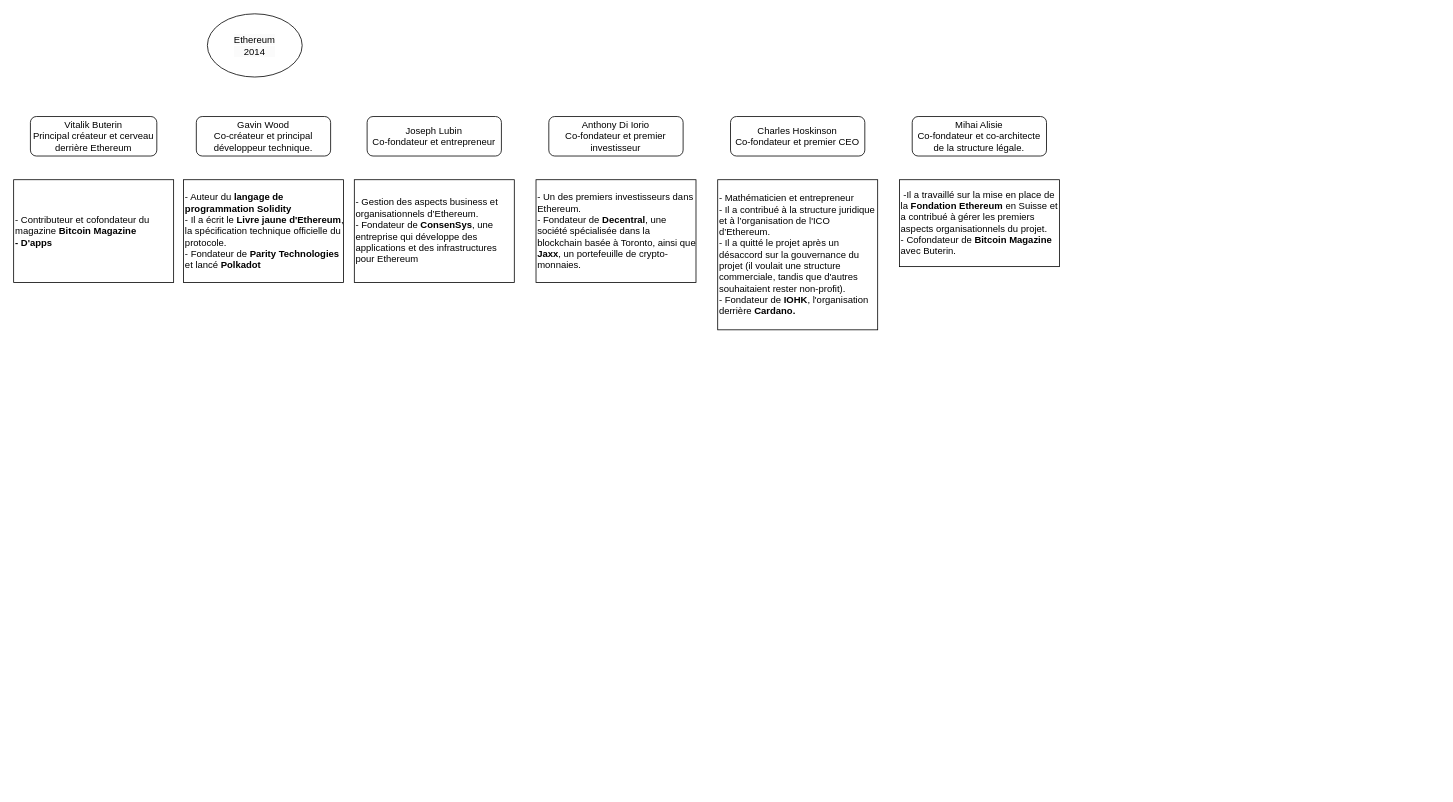
Before: CES2025.drawio in AlejandroDAvidz/AlejandroDAvidz, a draw.io diagram. Source tidied: cells renumbered, new cells numbered last; positions are measured from the earlier drawing's top-left corner, leaving out a move shared by most shapes. Both pictures are drawn from the tidied source at 79%, with x=0, y=0 at pixel (13, 13).
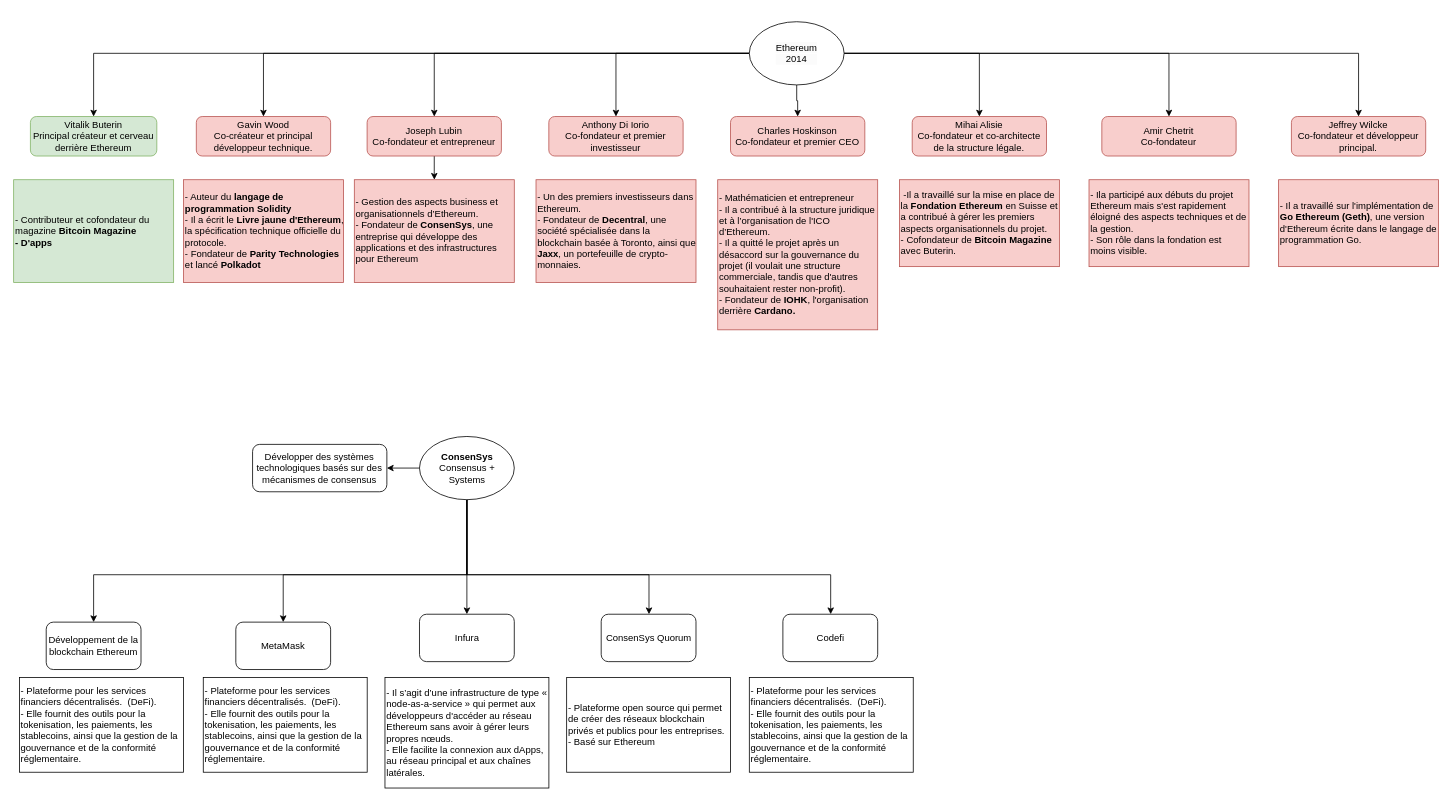
After the change.

Commit message (it also covers changes not shown here):
Mettre à jour CES2025.drawio

Change to the diagram source:
```diff
@@
-    <mxCell id="2" value="Vitalik Buterin&lt;br&gt;&lt;div&gt;Principal créateur et cerveau derrière Ethereum&lt;br&gt;&lt;/div&gt;" style="rounded=1;whiteSpace=wrap;html=1;" parent="1" vertex="1">
+    <mxCell id="2" value="Vitalik Buterin&lt;br&gt;&lt;div&gt;Principal créateur et cerveau derrière Ethereum&lt;br&gt;&lt;/div&gt;" style="rounded=1;whiteSpace=wrap;html=1;fillColor=#d5e8d4;strokeColor=#82b366;" parent="1" vertex="1">
       <mxGeometry x="21" y="130" width="160" height="50" as="geometry" />
     </mxCell>
+    <mxCell id="15" style="edgeStyle=orthogonalEdgeStyle;rounded=0;jettySize=auto;html=1;entryX=0.5;entryY=0;entryDx=0;entryDy=0;" parent="1" edge="1" source="3" target="2">
+      <mxGeometry relative="1" as="geometry">
+        <Array as="points">
+          <mxPoint x="101" y="50" />
+        </Array>
+      </mxGeometry>
+    </mxCell>
+    <mxCell id="16" style="edgeStyle=orthogonalEdgeStyle;rounded=0;jettySize=auto;html=1;" parent="1" edge="1" source="3" target="4">
+      <mxGeometry relative="1" as="geometry" />
+    </mxCell>
+    <mxCell id="17" style="edgeStyle=orthogonalEdgeStyle;rounded=0;jettySize=auto;html=1;" parent="1" edge="1" source="3" target="7">
+      <mxGeometry relative="1" as="geometry" />
+    </mxCell>
+    <mxCell id="18" style="edgeStyle=orthogonalEdgeStyle;rounded=0;jettySize=auto;html=1;" parent="1" edge="1" source="3" target="10">
+      <mxGeometry relative="1" as="geometry" />
+    </mxCell>
+    <mxCell id="19" style="edgeStyle=orthogonalEdgeStyle;rounded=0;jettySize=auto;html=1;" parent="1" edge="1" source="3" target="13">
+      <mxGeometry relative="1" as="geometry" />
+    </mxCell>
+    <mxCell id="20" style="edgeStyle=orthogonalEdgeStyle;rounded=0;jettySize=auto;html=1;" parent="1" edge="1" source="3" target="14">
+      <mxGeometry relative="1" as="geometry" />
+    </mxCell>
+    <mxCell id="21" style="edgeStyle=orthogonalEdgeStyle;rounded=0;jettySize=auto;html=1;" parent="1" edge="1" source="3" target="25">
+      <mxGeometry relative="1" as="geometry" />
+    </mxCell>
+    <mxCell id="22" style="edgeStyle=orthogonalEdgeStyle;rounded=0;jettySize=auto;html=1;entryX=0.5;entryY=0;entryDx=0;entryDy=0;" parent="1" edge="1" source="3" target="27">
+      <mxGeometry relative="1" as="geometry" />
+    </mxCell>
     <mxCell id="3" value="&lt;span style=&quot;color: rgb(0, 0, 0); font-family: Helvetica; font-size: 12px; font-style: normal; font-variant-ligatures: normal; font-variant-caps: normal; font-weight: 400; letter-spacing: normal; orphans: 2; text-align: center; text-indent: 0px; text-transform: none; widows: 2; word-spacing: 0px; -webkit-text-stroke-width: 0px; white-space: normal; background-color: rgb(251, 251, 251); text-decoration-thickness: initial; text-decoration-style: initial; text-decoration-color: initial; display: inline !important; float: none;&quot;&gt;Ethereum&lt;/span&gt;&lt;div style=&quot;forced-color-adjust: none; color: rgb(0, 0, 0); font-family: Helvetica; font-size: 12px; font-style: normal; font-variant-ligatures: normal; font-variant-caps: normal; font-weight: 400; letter-spacing: normal; orphans: 2; text-align: center; text-indent: 0px; text-transform: none; widows: 2; word-spacing: 0px; -webkit-text-stroke-width: 0px; white-space: normal; background-color: rgb(251, 251, 251); text-decoration-thickness: initial; text-decoration-style: initial; text-decoration-color: initial;&quot;&gt;2014&lt;/div&gt;" style="ellipse;whiteSpace=wrap;html=1;" parent="1" vertex="1">
-      <mxGeometry x="245" width="120" height="80" as="geometry" />
+      <mxGeometry x="931" y="10" width="120" height="80" as="geometry" />
     </mxCell>
-    <mxCell id="4" value="Gavin Wood&lt;div&gt;Co-créateur et principal développeur technique.&lt;br&gt;&lt;/div&gt;" style="rounded=1;whiteSpace=wrap;html=1;" parent="1" vertex="1">
+    <mxCell id="4" value="Gavin Wood&lt;div&gt;Co-créateur et principal développeur technique.&lt;br&gt;&lt;/div&gt;" style="rounded=1;whiteSpace=wrap;html=1;fillColor=#f8cecc;strokeColor=#b85450;" parent="1" vertex="1">
       <mxGeometry x="231" y="130" width="170" height="50" as="geometry" />
     </mxCell>
-    <mxCell id="5" value="&lt;span style=&quot;background-color: initial;&quot;&gt;- Auteur du &lt;/span&gt;&lt;strong style=&quot;background-color: initial;&quot;&gt;langage de programmation Solidity&lt;/strong&gt;&lt;span style=&quot;background-color: initial;&quot;&gt;&amp;nbsp;&lt;/span&gt;&lt;br&gt;&lt;span style=&quot;background-color: initial;&quot;&gt;- Il a écrit le &lt;/span&gt;&lt;strong style=&quot;background-color: initial;&quot;&gt;Livre jaune d'Ethereum&lt;/strong&gt;&lt;span style=&quot;background-color: initial;&quot;&gt;, la spécification technique officielle du protocole.&lt;/span&gt;&lt;div&gt;&lt;span style=&quot;background-color: initial;&quot;&gt;- Fondateur de&amp;nbsp;&lt;/span&gt;&lt;strong style=&quot;background-color: initial;&quot;&gt;Parity Technologies&lt;/strong&gt;&lt;span style=&quot;background-color: initial;&quot;&gt; et lancé &lt;/span&gt;&lt;strong style=&quot;background-color: initial;&quot;&gt;Polkadot&lt;/strong&gt;&lt;/div&gt;" style="rounded=0;whiteSpace=wrap;html=1;align=left;" parent="1" vertex="1">
+    <mxCell id="5" value="&lt;span style=&quot;background-color: initial;&quot;&gt;- Auteur du &lt;/span&gt;&lt;strong style=&quot;background-color: initial;&quot;&gt;langage de programmation Solidity&lt;/strong&gt;&lt;span style=&quot;background-color: initial;&quot;&gt;&amp;nbsp;&lt;/span&gt;&lt;br&gt;&lt;span style=&quot;background-color: initial;&quot;&gt;- Il a écrit le &lt;/span&gt;&lt;strong style=&quot;background-color: initial;&quot;&gt;Livre jaune d'Ethereum&lt;/strong&gt;&lt;span style=&quot;background-color: initial;&quot;&gt;, la spécification technique officielle du protocole.&lt;/span&gt;&lt;div&gt;&lt;span style=&quot;background-color: initial;&quot;&gt;- Fondateur de&amp;nbsp;&lt;/span&gt;&lt;strong style=&quot;background-color: initial;&quot;&gt;Parity Technologies&lt;/strong&gt;&lt;span style=&quot;background-color: initial;&quot;&gt; et lancé &lt;/span&gt;&lt;strong style=&quot;background-color: initial;&quot;&gt;Polkadot&lt;/strong&gt;&lt;/div&gt;" style="rounded=0;whiteSpace=wrap;html=1;align=left;fillColor=#f8cecc;strokeColor=#b85450;" parent="1" vertex="1">
       <mxGeometry x="214.8" y="210" width="202.5" height="130" as="geometry" />
     </mxCell>
-    <mxCell id="6" value="- Contributeur et cofondateur du magazine&amp;nbsp;&lt;strong&gt;Bitcoin Magazine&lt;/strong&gt;&lt;div&gt;&lt;strong&gt;- D'apps&lt;/strong&gt;&lt;/div&gt;" style="rounded=0;whiteSpace=wrap;html=1;align=left;" parent="1" vertex="1">
+    <mxCell id="6" value="- Contributeur et cofondateur du magazine&amp;nbsp;&lt;strong&gt;Bitcoin Magazine&lt;/strong&gt;&lt;div&gt;&lt;strong&gt;- D'apps&lt;/strong&gt;&lt;/div&gt;" style="rounded=0;whiteSpace=wrap;html=1;align=left;fillColor=#d5e8d4;strokeColor=#82b366;" parent="1" vertex="1">
       <mxGeometry x="-0.2" y="210" width="202.5" height="130" as="geometry" />
     </mxCell>
+    <mxCell id="23" style="edgeStyle=orthogonalEdgeStyle;rounded=0;jettySize=auto;html=1;" parent="1" edge="1" source="7" target="8">
+      <mxGeometry relative="1" as="geometry" />
+    </mxCell>
-    <mxCell id="7" value="&lt;div&gt;Joseph Lubin&lt;br&gt;&lt;/div&gt;&lt;div&gt;Co-fondateur et entrepreneur&lt;br&gt;&lt;/div&gt;" style="rounded=1;whiteSpace=wrap;html=1;" parent="1" vertex="1">
+    <mxCell id="7" value="&lt;div&gt;Joseph Lubin&lt;br&gt;&lt;/div&gt;&lt;div&gt;Co-fondateur et entrepreneur&lt;br&gt;&lt;/div&gt;" style="rounded=1;whiteSpace=wrap;html=1;fillColor=#f8cecc;strokeColor=#b85450;" parent="1" vertex="1">
       <mxGeometry x="447.2" y="130" width="170" height="50" as="geometry" />
     </mxCell>
-    <mxCell id="8" value="- Gestion des aspects business et organisationnels d’Ethereum.&amp;nbsp;&lt;div&gt;- Fondateur de&amp;nbsp;&lt;strong&gt;ConsenSys&lt;/strong&gt;, une entreprise qui développe des applications et des infrastructures pour Ethereum&lt;br&gt;&lt;/div&gt;" style="rounded=0;whiteSpace=wrap;html=1;align=left;" parent="1" vertex="1">
+    <mxCell id="8" value="- Gestion des aspects business et organisationnels d’Ethereum.&amp;nbsp;&lt;div&gt;- Fondateur de&amp;nbsp;&lt;strong&gt;ConsenSys&lt;/strong&gt;, une entreprise qui développe des applications et des infrastructures pour Ethereum&lt;br&gt;&lt;/div&gt;" style="rounded=0;whiteSpace=wrap;html=1;align=left;fillColor=#f8cecc;strokeColor=#b85450;" parent="1" vertex="1">
       <mxGeometry x="431" y="210" width="202.5" height="130" as="geometry" />
     </mxCell>
-    <mxCell id="9" value="&lt;div&gt;- Un des premiers investisseurs dans Ethereum.&lt;/div&gt;&lt;div&gt;- Fondateur de&amp;nbsp;&lt;strong&gt;Decentral&lt;/strong&gt;, une société spécialisée dans la blockchain basée à Toronto, ainsi que &lt;strong&gt;Jaxx&lt;/strong&gt;, un portefeuille de crypto-monnaies.&lt;br&gt;&lt;/div&gt;" style="rounded=0;whiteSpace=wrap;html=1;align=left;" parent="1" vertex="1">
+    <mxCell id="9" value="&lt;div&gt;- Un des premiers investisseurs dans Ethereum.&lt;/div&gt;&lt;div&gt;- Fondateur de&amp;nbsp;&lt;strong&gt;Decentral&lt;/strong&gt;, une société spécialisée dans la blockchain basée à Toronto, ainsi que &lt;strong&gt;Jaxx&lt;/strong&gt;, un portefeuille de crypto-monnaies.&lt;br&gt;&lt;/div&gt;" style="rounded=0;whiteSpace=wrap;html=1;align=left;fillColor=#f8cecc;strokeColor=#b85450;" parent="1" vertex="1">
       <mxGeometry x="661" y="210" width="202.5" height="130" as="geometry" />
     </mxCell>
-    <mxCell id="10" value="&lt;div&gt;Anthony Di Iorio&lt;/div&gt;&lt;div&gt;&lt;span style=&quot;background-color: initial;&quot;&gt;Co-fondateur et premier investisseur&lt;/span&gt;&lt;/div&gt;" style="rounded=1;whiteSpace=wrap;html=1;" parent="1" vertex="1">
+    <mxCell id="10" value="&lt;div&gt;Anthony Di Iorio&lt;/div&gt;&lt;div&gt;&lt;span style=&quot;background-color: initial;&quot;&gt;Co-fondateur et premier investisseur&lt;/span&gt;&lt;/div&gt;" style="rounded=1;whiteSpace=wrap;html=1;fillColor=#f8cecc;strokeColor=#b85450;" parent="1" vertex="1">
       <mxGeometry x="677.2" y="130" width="170" height="50" as="geometry" />
     </mxCell>
-    <mxCell id="11" value="&lt;div&gt;- Mathématicien et entrepreneur&lt;/div&gt;&lt;div&gt;- Il a contribué à la structure juridique et à l’organisation de l'ICO d’Ethereum.&amp;nbsp;&lt;/div&gt;&lt;div&gt;- Il a quitté le projet après un désaccord sur la gouvernance du projet (il voulait une structure commerciale, tandis que d'autres souhaitaient rester non-profit).&amp;nbsp;&lt;/div&gt;&lt;div&gt;- Fondateur de&amp;nbsp;&lt;strong&gt;IOHK&lt;/strong&gt;, l'organisation derrière &lt;strong&gt;Cardano.&lt;/strong&gt;&lt;br&gt;&lt;/div&gt;" style="rounded=0;whiteSpace=wrap;html=1;align=left;" parent="1" vertex="1">
+    <mxCell id="11" value="&lt;div&gt;- Mathématicien et entrepreneur&lt;/div&gt;&lt;div&gt;- Il a contribué à la structure juridique et à l’organisation de l'ICO d’Ethereum.&amp;nbsp;&lt;/div&gt;&lt;div&gt;- Il a quitté le projet après un désaccord sur la gouvernance du projet (il voulait une structure commerciale, tandis que d'autres souhaitaient rester non-profit).&amp;nbsp;&lt;/div&gt;&lt;div&gt;- Fondateur de&amp;nbsp;&lt;strong&gt;IOHK&lt;/strong&gt;, l'organisation derrière &lt;strong&gt;Cardano.&lt;/strong&gt;&lt;br&gt;&lt;/div&gt;" style="rounded=0;whiteSpace=wrap;html=1;align=left;fillColor=#f8cecc;strokeColor=#b85450;" parent="1" vertex="1">
       <mxGeometry x="891" y="210" width="202.5" height="190" as="geometry" />
     </mxCell>
-    <mxCell id="12" value="&lt;div&gt;&amp;nbsp;-Il a travaillé sur la mise en place de la &lt;strong&gt;Fondation Ethereum&lt;/strong&gt; en Suisse et a contribué à gérer les premiers aspects organisationnels du projet.&amp;nbsp;&lt;/div&gt;&lt;div&gt;- Cofondateur de &lt;strong&gt;Bitcoin Magazine&lt;/strong&gt; avec Buterin.&lt;br&gt;&lt;/div&gt;" style="rounded=0;whiteSpace=wrap;html=1;align=left;" parent="1" vertex="1">
+    <mxCell id="12" value="&lt;div&gt;&amp;nbsp;-Il a travaillé sur la mise en place de la &lt;strong&gt;Fondation Ethereum&lt;/strong&gt; en Suisse et a contribué à gérer les premiers aspects organisationnels du projet.&amp;nbsp;&lt;/div&gt;&lt;div&gt;- Cofondateur de &lt;strong&gt;Bitcoin Magazine&lt;/strong&gt; avec Buterin.&lt;br&gt;&lt;/div&gt;" style="rounded=0;whiteSpace=wrap;html=1;align=left;fillColor=#f8cecc;strokeColor=#b85450;" parent="1" vertex="1">
       <mxGeometry x="1121" y="210" width="202.5" height="110" as="geometry" />
     </mxCell>
-    <mxCell id="13" value="&lt;div&gt;&lt;span style=&quot;background-color: initial;&quot;&gt;Charles Hoskinson&lt;/span&gt;&lt;/div&gt;&lt;div&gt;&lt;span style=&quot;background-color: initial;&quot;&gt;Co-fondateur et premier CEO&lt;/span&gt;&lt;br&gt;&lt;/div&gt;" style="rounded=1;whiteSpace=wrap;html=1;" parent="1" vertex="1">
+    <mxCell id="13" value="&lt;div&gt;&lt;span style=&quot;background-color: initial;&quot;&gt;Charles Hoskinson&lt;/span&gt;&lt;/div&gt;&lt;div&gt;&lt;span style=&quot;background-color: initial;&quot;&gt;Co-fondateur et premier CEO&lt;/span&gt;&lt;br&gt;&lt;/div&gt;" style="rounded=1;whiteSpace=wrap;html=1;fillColor=#f8cecc;strokeColor=#b85450;" parent="1" vertex="1">
       <mxGeometry x="907.2" y="130" width="170" height="50" as="geometry" />
     </mxCell>
-    <mxCell id="14" value="&lt;div&gt;&lt;span style=&quot;background-color: initial;&quot;&gt;Mihai Alisie&lt;/span&gt;&lt;/div&gt;&lt;div&gt;Co-fondateur et co-architecte de la structure légale.&lt;br&gt;&lt;/div&gt;" style="rounded=1;whiteSpace=wrap;html=1;" parent="1" vertex="1">
+    <mxCell id="14" value="&lt;div&gt;&lt;span style=&quot;background-color: initial;&quot;&gt;Mihai Alisie&lt;/span&gt;&lt;/div&gt;&lt;div&gt;Co-fondateur et co-architecte de la structure légale.&lt;br&gt;&lt;/div&gt;" style="rounded=1;whiteSpace=wrap;html=1;fillColor=#f8cecc;strokeColor=#b85450;" parent="1" vertex="1">
       <mxGeometry x="1137.2" y="130" width="170" height="50" as="geometry" />
     </mxCell>
+    <mxCell id="24" value="&lt;div&gt;- Ila participé aux débuts du projet Ethereum mais s'est rapidement éloigné des aspects techniques et de la gestion.&amp;nbsp;&lt;/div&gt;&lt;div&gt;- Son rôle dans la fondation est moins visible.&lt;br&gt;&lt;/div&gt;" style="rounded=0;whiteSpace=wrap;html=1;align=left;fillColor=#f8cecc;strokeColor=#b85450;" parent="1" vertex="1">
+      <mxGeometry x="1361" y="210" width="202.5" height="110" as="geometry" />
+    </mxCell>
+    <mxCell id="25" value="&lt;div&gt;&lt;span style=&quot;background-color: initial;&quot;&gt;Amir Chetrit&lt;/span&gt;&lt;/div&gt;&lt;div&gt;&lt;span style=&quot;background-color: initial;&quot;&gt;Co-fondateur&lt;/span&gt;&lt;br&gt;&lt;/div&gt;" style="rounded=1;whiteSpace=wrap;html=1;fillColor=#f8cecc;strokeColor=#b85450;" parent="1" vertex="1">
+      <mxGeometry x="1377.2" y="130" width="170" height="50" as="geometry" />
+    </mxCell>
+    <mxCell id="26" value="&lt;div&gt;- Il a travaillé sur l'implémentation de &lt;strong&gt;Go Ethereum (Geth)&lt;/strong&gt;, une version d'Ethereum écrite dans le langage de programmation Go.&amp;nbsp;&lt;/div&gt;" style="rounded=0;whiteSpace=wrap;html=1;align=left;fillColor=#f8cecc;strokeColor=#b85450;" parent="1" vertex="1">
+      <mxGeometry x="1601" y="210" width="202.5" height="110" as="geometry" />
+    </mxCell>
+    <mxCell id="27" value="&lt;div&gt;Jeffrey Wilcke&lt;br&gt;&lt;/div&gt;&lt;div&gt;Co-fondateur et développeur principal.&lt;br&gt;&lt;/div&gt;" style="rounded=1;whiteSpace=wrap;html=1;fillColor=#f8cecc;strokeColor=#b85450;" parent="1" vertex="1">
+      <mxGeometry x="1617.2" y="130" width="170" height="50" as="geometry" />
+    </mxCell>
+    <mxCell id="28" style="edgeStyle=orthogonalEdgeStyle;rounded=0;jettySize=auto;html=1;entryX=1;entryY=0.5;entryDx=0;entryDy=0;" parent="1" edge="1" source="34" target="35">
+      <mxGeometry relative="1" as="geometry" />
+    </mxCell>
+    <mxCell id="29" style="edgeStyle=orthogonalEdgeStyle;rounded=0;jettySize=auto;html=1;" parent="1" edge="1" source="34" target="38">
+      <mxGeometry relative="1" as="geometry" />
+    </mxCell>
+    <mxCell id="30" style="edgeStyle=orthogonalEdgeStyle;rounded=0;jettySize=auto;html=1;exitX=0.5;exitY=1;exitDx=0;exitDy=0;" parent="1" edge="1" source="34" target="39">
+      <mxGeometry relative="1" as="geometry">
+        <Array as="points">
+          <mxPoint x="573" y="710" />
+          <mxPoint x="804" y="710" />
+        </Array>
+      </mxGeometry>
+    </mxCell>
+    <mxCell id="31" style="edgeStyle=orthogonalEdgeStyle;rounded=0;jettySize=auto;html=1;entryX=0.5;entryY=0;entryDx=0;entryDy=0;exitX=0.5;exitY=1;exitDx=0;exitDy=0;" parent="1" edge="1" source="34" target="37">
+      <mxGeometry relative="1" as="geometry">
+        <Array as="points">
+          <mxPoint x="573" y="710" />
+          <mxPoint x="341" y="710" />
+        </Array>
+      </mxGeometry>
+    </mxCell>
+    <mxCell id="32" style="edgeStyle=orthogonalEdgeStyle;rounded=0;jettySize=auto;html=1;exitX=0.5;exitY=1;exitDx=0;exitDy=0;" parent="1" edge="1" source="34" target="36">
+      <mxGeometry relative="1" as="geometry">
+        <Array as="points">
+          <mxPoint x="573" y="710" />
+          <mxPoint x="101" y="710" />
+        </Array>
+      </mxGeometry>
+    </mxCell>
+    <mxCell id="33" style="edgeStyle=orthogonalEdgeStyle;rounded=0;jettySize=auto;html=1;exitX=0.5;exitY=1;exitDx=0;exitDy=0;" parent="1" edge="1" source="34" target="40">
+      <mxGeometry relative="1" as="geometry">
+        <Array as="points">
+          <mxPoint x="573" y="710" />
+          <mxPoint x="1034" y="710" />
+        </Array>
+      </mxGeometry>
+    </mxCell>
+    <mxCell id="34" value="&lt;b&gt;ConsenSys&lt;/b&gt;&lt;div&gt;Consensus + Systems&lt;/div&gt;" style="ellipse;whiteSpace=wrap;html=1;" parent="1" vertex="1">
+      <mxGeometry x="513.5" y="535" width="120" height="80" as="geometry" />
+    </mxCell>
+    <mxCell id="35" value="Développer des systèmes technologiques basés sur des mécanismes de consensus" style="rounded=1;whiteSpace=wrap;html=1;" parent="1" vertex="1">
+      <mxGeometry x="302.2" y="545" width="170" height="60" as="geometry" />
+    </mxCell>
+    <mxCell id="36" value="Développement de la blockchain Ethereum" style="rounded=1;whiteSpace=wrap;html=1;" parent="1" vertex="1">
+      <mxGeometry x="41" y="770" width="120" height="60" as="geometry" />
+    </mxCell>
+    <mxCell id="37" value="MetaMask" style="rounded=1;whiteSpace=wrap;html=1;" parent="1" vertex="1">
+      <mxGeometry x="281" y="770" width="120" height="60" as="geometry" />
+    </mxCell>
+    <mxCell id="38" value="Infura" style="rounded=1;whiteSpace=wrap;html=1;" parent="1" vertex="1">
+      <mxGeometry x="513.5" y="760" width="120" height="60" as="geometry" />
+    </mxCell>
+    <mxCell id="39" value="ConsenSys Quorum" style="rounded=1;whiteSpace=wrap;html=1;" parent="1" vertex="1">
+      <mxGeometry x="743.5" y="760" width="120" height="60" as="geometry" />
+    </mxCell>
+    <mxCell id="40" value="Codefi" style="rounded=1;whiteSpace=wrap;html=1;" parent="1" vertex="1">
+      <mxGeometry x="973.5" y="760" width="120" height="60" as="geometry" />
+    </mxCell>
+    <mxCell id="41" value="- Plateforme pour les services financiers décentralisés.&amp;nbsp;&amp;nbsp;(DeFi).&lt;div&gt;- Elle fournit des outils pour la tokenisation, les paiements, les stablecoins, ainsi que la gestion de la gouvernance et de la conformité réglementaire.&lt;/div&gt;" style="rounded=0;whiteSpace=wrap;html=1;align=left;" parent="1" vertex="1">
+      <mxGeometry x="931" y="840" width="207.5" height="120" as="geometry" />
+    </mxCell>
+    <mxCell id="42" value="- Plateforme open source qui permet de créer des réseaux blockchain privés et publics pour les entreprises.&lt;div&gt;- Basé sur Ethereum&lt;/div&gt;" style="rounded=0;whiteSpace=wrap;html=1;align=left;" parent="1" vertex="1">
+      <mxGeometry x="699.8" y="840" width="207.5" height="120" as="geometry" />
+    </mxCell>
+    <mxCell id="43" value="- Il s’agit d’une infrastructure de type « node-as-a-service » qui permet aux développeurs d'accéder au réseau Ethereum sans avoir à gérer leurs propres nœuds.&amp;nbsp;&lt;div&gt;- Elle facilite la connexion aux dApps, au réseau principal et aux chaînes latérales.&lt;br&gt;&lt;/div&gt;" style="rounded=0;whiteSpace=wrap;html=1;align=left;" parent="1" vertex="1">
+      <mxGeometry x="469.8" y="840" width="207.5" height="140" as="geometry" />
+    </mxCell>
+    <mxCell id="44" value="- Plateforme pour les services financiers décentralisés.&amp;nbsp;&amp;nbsp;(DeFi).&lt;div&gt;- Elle fournit des outils pour la tokenisation, les paiements, les stablecoins, ainsi que la gestion de la gouvernance et de la conformité réglementaire.&lt;/div&gt;" style="rounded=0;whiteSpace=wrap;html=1;align=left;" parent="1" vertex="1">
+      <mxGeometry x="239.8" y="840" width="207.5" height="120" as="geometry" />
+    </mxCell>
+    <mxCell id="45" value="- Plateforme pour les services financiers décentralisés.&amp;nbsp;&amp;nbsp;(DeFi).&lt;div&gt;- Elle fournit des outils pour la tokenisation, les paiements, les stablecoins, ainsi que la gestion de la gouvernance et de la conformité réglementaire.&lt;/div&gt;" style="rounded=0;whiteSpace=wrap;html=1;align=left;" parent="1" vertex="1">
+      <mxGeometry x="7.2" y="840" width="207.5" height="120" as="geometry" />
+    </mxCell>
```
